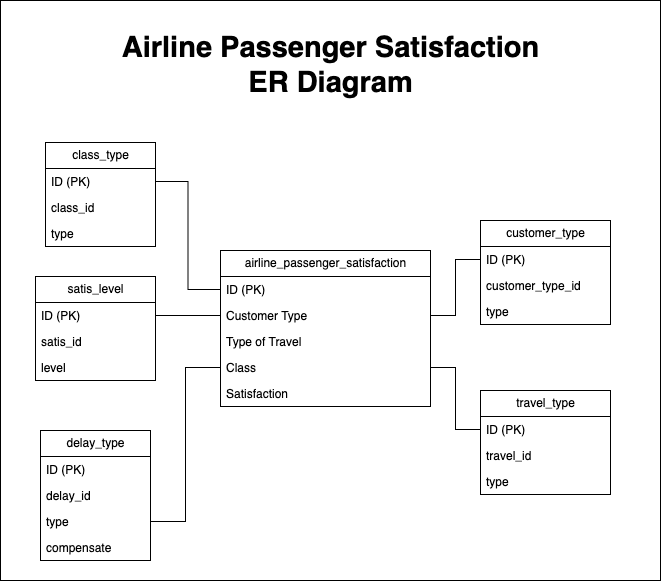
Before: img/data_extraction/ER_Diagram.png, a diagram exported from draw.io (montholch/final). Source tidied: cells renumbered, new cells last; positions are measured from the earlier drawing's top-left corner, leaving out a move shared by most shapes.
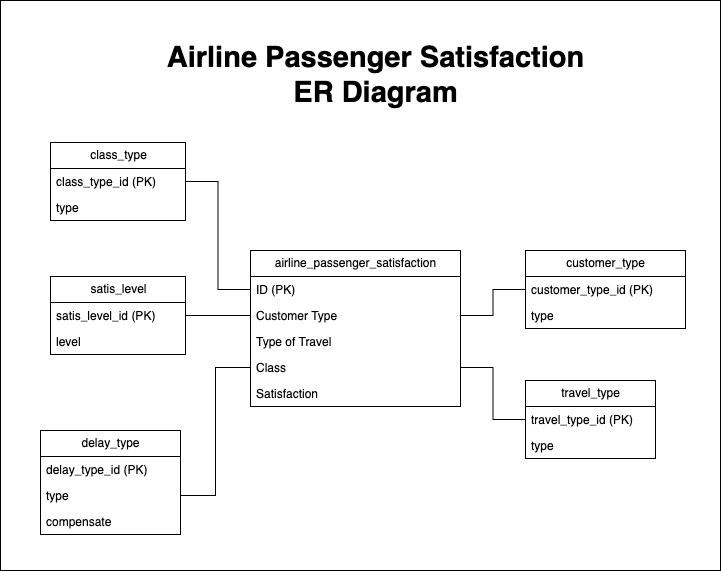
After the commit.

Change to the diagram source:
```diff
@@ -3,7 +3,7 @@
     <mxCell id="0" />
     <mxCell id="1" parent="0" />
     <mxCell id="2" style="rounded=0;whiteSpace=wrap;html=1;" parent="1" vertex="1">
-      <mxGeometry width="660" height="580" as="geometry" />
+      <mxGeometry x="-30" width="720" height="570" as="geometry" />
     </mxCell>
     <mxCell id="3" value="airline_passenger_satisfaction" style="swimlane;fontStyle=0;horizontal=1;startSize=26;fillColor=none;html=1;" parent="1" vertex="1">
       <mxGeometry x="220" y="250" width="210" height="156" as="geometry" />
@@ -24,85 +24,70 @@
       <mxGeometry y="130" width="210" height="26" as="geometry" />
     </mxCell>
     <mxCell id="9" value="customer_type" style="swimlane;fontStyle=0;horizontal=1;startSize=26;fillColor=none;html=1;" parent="1" vertex="1">
-      <mxGeometry x="480" y="220" width="130" height="104" as="geometry" />
+      <mxGeometry x="495" y="250" width="160" height="78" as="geometry" />
     </mxCell>
-    <mxCell id="10" value="ID (PK)" style="text;strokeColor=none;fillColor=none;align=left;verticalAlign=top;spacingLeft=4;spacingRight=4;overflow=hidden;points=[[0,0.5],[1,0.5]];portConstraint=eastwest;whiteSpace=wrap;html=1;" parent="9" vertex="1">
-      <mxGeometry y="26" width="130" height="26" as="geometry" />
+    <mxCell id="10" value="customer_type_id (PK)" style="text;strokeColor=none;fillColor=none;align=left;verticalAlign=top;spacingLeft=4;spacingRight=4;overflow=hidden;points=[[0,0.5],[1,0.5]];portConstraint=eastwest;whiteSpace=wrap;html=1;" parent="9" vertex="1">
+      <mxGeometry y="26" width="160" height="26" as="geometry" />
     </mxCell>
-    <mxCell id="11" value="customer_type_id" style="text;strokeColor=none;fillColor=none;align=left;verticalAlign=top;spacingLeft=4;spacingRight=4;overflow=hidden;whiteSpace=wrap;html=1;" parent="9" vertex="1">
-      <mxGeometry y="52" width="130" height="26" as="geometry" />
+    <mxCell id="11" value="type" style="text;strokeColor=none;fillColor=none;align=left;verticalAlign=top;spacingLeft=4;spacingRight=4;overflow=hidden;whiteSpace=wrap;html=1;" parent="9" vertex="1">
+      <mxGeometry y="52" width="160" height="26" as="geometry" />
     </mxCell>
-    <mxCell id="12" value="type" style="text;strokeColor=none;fillColor=none;align=left;verticalAlign=top;spacingLeft=4;spacingRight=4;overflow=hidden;whiteSpace=wrap;html=1;" parent="9" vertex="1">
-      <mxGeometry y="78" width="130" height="26" as="geometry" />
+    <mxCell id="12" value="travel_type" style="swimlane;fontStyle=0;horizontal=1;startSize=26;fillColor=none;html=1;" parent="1" vertex="1">
+      <mxGeometry x="495" y="380" width="130" height="78" as="geometry" />
     </mxCell>
-    <mxCell id="13" value="travel_type" style="swimlane;fontStyle=0;horizontal=1;startSize=26;fillColor=none;html=1;" parent="1" vertex="1">
-      <mxGeometry x="480" y="390" width="130" height="104" as="geometry" />
+    <mxCell id="13" value="travel_type_id (PK)" style="text;strokeColor=none;fillColor=none;align=left;verticalAlign=top;spacingLeft=4;spacingRight=4;overflow=hidden;points=[[0,0.5],[1,0.5]];portConstraint=eastwest;whiteSpace=wrap;html=1;" parent="12" vertex="1">
+      <mxGeometry y="26" width="130" height="26" as="geometry" />
     </mxCell>
-    <mxCell id="14" value="ID (PK)" style="text;strokeColor=none;fillColor=none;align=left;verticalAlign=top;spacingLeft=4;spacingRight=4;overflow=hidden;points=[[0,0.5],[1,0.5]];portConstraint=eastwest;whiteSpace=wrap;html=1;" parent="13" vertex="1">
-      <mxGeometry y="26" width="130" height="26" as="geometry" />
+    <mxCell id="14" value="type" style="text;strokeColor=none;fillColor=none;align=left;verticalAlign=top;spacingLeft=4;spacingRight=4;overflow=hidden;points=[[0,0.5],[1,0.5]];portConstraint=eastwest;whiteSpace=wrap;html=1;" parent="12" vertex="1">
+      <mxGeometry y="52" width="130" height="26" as="geometry" />
     </mxCell>
-    <mxCell id="15" value="travel_id" style="text;strokeColor=none;fillColor=none;align=left;verticalAlign=top;spacingLeft=4;spacingRight=4;overflow=hidden;whiteSpace=wrap;html=1;" parent="13" vertex="1">
-      <mxGeometry y="52" width="130" height="26" as="geometry" />
+    <mxCell id="15" value="class_type" style="swimlane;fontStyle=0;horizontal=1;startSize=26;fillColor=none;html=1;" parent="1" vertex="1">
+      <mxGeometry x="20" y="142" width="135" height="78" as="geometry" />
     </mxCell>
-    <mxCell id="16" value="type" style="text;strokeColor=none;fillColor=none;align=left;verticalAlign=top;spacingLeft=4;spacingRight=4;overflow=hidden;points=[[0,0.5],[1,0.5]];portConstraint=eastwest;whiteSpace=wrap;html=1;" parent="13" vertex="1">
-      <mxGeometry y="78" width="130" height="26" as="geometry" />
+    <mxCell id="16" value="class_type_id (PK)" style="text;strokeColor=none;fillColor=none;align=left;verticalAlign=top;spacingLeft=4;spacingRight=4;overflow=hidden;points=[[0,0.5],[1,0.5]];portConstraint=eastwest;whiteSpace=wrap;html=1;" parent="15" vertex="1">
+      <mxGeometry y="26" width="135" height="26" as="geometry" />
     </mxCell>
-    <mxCell id="17" value="class_type" style="swimlane;fontStyle=0;horizontal=1;startSize=26;fillColor=none;html=1;" parent="1" vertex="1">
-      <mxGeometry x="45" y="142" width="110" height="104" as="geometry" />
+    <mxCell id="17" value="type" style="text;strokeColor=none;fillColor=none;align=left;verticalAlign=top;spacingLeft=4;spacingRight=4;overflow=hidden;whiteSpace=wrap;html=1;" parent="15" vertex="1">
+      <mxGeometry y="52" width="135" height="26" as="geometry" />
     </mxCell>
-    <mxCell id="18" value="ID (PK)" style="text;strokeColor=none;fillColor=none;align=left;verticalAlign=top;spacingLeft=4;spacingRight=4;overflow=hidden;points=[[0,0.5],[1,0.5]];portConstraint=eastwest;whiteSpace=wrap;html=1;" parent="17" vertex="1">
-      <mxGeometry y="26" width="110" height="26" as="geometry" />
+    <mxCell id="18" value="satis_level" style="swimlane;fontStyle=0;horizontal=1;startSize=26;fillColor=none;html=1;" parent="1" vertex="1">
+      <mxGeometry x="20" y="276" width="135" height="78" as="geometry" />
     </mxCell>
-    <mxCell id="19" value="class_id" style="text;strokeColor=none;fillColor=none;align=left;verticalAlign=top;spacingLeft=4;spacingRight=4;overflow=hidden;points=[[0,0.5],[1,0.5]];portConstraint=eastwest;whiteSpace=wrap;html=1;" parent="17" vertex="1">
-      <mxGeometry y="52" width="110" height="26" as="geometry" />
+    <mxCell id="19" value="satis_level_id (PK)" style="text;strokeColor=none;fillColor=none;align=left;verticalAlign=top;spacingLeft=4;spacingRight=4;overflow=hidden;points=[[0,0.5],[1,0.5]];portConstraint=eastwest;whiteSpace=wrap;html=1;" parent="18" vertex="1">
+      <mxGeometry y="26" width="135" height="26" as="geometry" />
     </mxCell>
-    <mxCell id="20" value="type" style="text;strokeColor=none;fillColor=none;align=left;verticalAlign=top;spacingLeft=4;spacingRight=4;overflow=hidden;whiteSpace=wrap;html=1;" parent="17" vertex="1">
-      <mxGeometry y="78" width="110" height="26" as="geometry" />
+    <mxCell id="20" value="level" style="text;strokeColor=none;fillColor=none;align=left;verticalAlign=top;spacingLeft=4;spacingRight=4;overflow=hidden;whiteSpace=wrap;html=1;" parent="18" vertex="1">
+      <mxGeometry y="52" width="135" height="26" as="geometry" />
     </mxCell>
-    <mxCell id="21" value="satis_level" style="swimlane;fontStyle=0;horizontal=1;startSize=26;fillColor=none;html=1;" parent="1" vertex="1">
-      <mxGeometry x="35" y="276" width="120" height="104" as="geometry" />
+    <mxCell id="21" value="delay_type" style="swimlane;fontStyle=0;horizontal=1;startSize=26;fillColor=none;html=1;" parent="1" vertex="1">
+      <mxGeometry x="10" y="430" width="140" height="104" as="geometry" />
     </mxCell>
-    <mxCell id="22" value="ID (PK)" style="text;strokeColor=none;fillColor=none;align=left;verticalAlign=top;spacingLeft=4;spacingRight=4;overflow=hidden;points=[[0,0.5],[1,0.5]];portConstraint=eastwest;whiteSpace=wrap;html=1;" parent="21" vertex="1">
-      <mxGeometry y="26" width="120" height="26" as="geometry" />
+    <mxCell id="22" value="delay_type_id (PK)" style="text;strokeColor=none;fillColor=none;align=left;verticalAlign=top;spacingLeft=4;spacingRight=4;overflow=hidden;points=[[0,0.5],[1,0.5]];portConstraint=eastwest;whiteSpace=wrap;html=1;" parent="21" vertex="1">
+      <mxGeometry y="26" width="140" height="26" as="geometry" />
     </mxCell>
-    <mxCell id="23" value="satis_id" style="text;strokeColor=none;fillColor=none;align=left;verticalAlign=top;spacingLeft=4;spacingRight=4;overflow=hidden;points=[[0,0.5],[1,0.5]];portConstraint=eastwest;whiteSpace=wrap;html=1;" parent="21" vertex="1">
-      <mxGeometry y="52" width="120" height="26" as="geometry" />
+    <mxCell id="23" value="type" style="text;strokeColor=none;fillColor=none;align=left;verticalAlign=top;spacingLeft=4;spacingRight=4;overflow=hidden;points=[[0,0.5],[1,0.5]];portConstraint=eastwest;whiteSpace=wrap;html=1;" parent="21" vertex="1">
+      <mxGeometry y="52" width="140" height="26" as="geometry" />
     </mxCell>
-    <mxCell id="24" value="level" style="text;strokeColor=none;fillColor=none;align=left;verticalAlign=top;spacingLeft=4;spacingRight=4;overflow=hidden;whiteSpace=wrap;html=1;" parent="21" vertex="1">
-      <mxGeometry y="78" width="120" height="26" as="geometry" />
+    <mxCell id="24" value="compensate" style="text;strokeColor=none;fillColor=none;align=left;verticalAlign=top;spacingLeft=4;spacingRight=4;overflow=hidden;whiteSpace=wrap;html=1;" parent="21" vertex="1">
+      <mxGeometry y="78" width="140" height="26" as="geometry" />
     </mxCell>
-    <mxCell id="25" value="delay_type" style="swimlane;fontStyle=0;horizontal=1;startSize=26;fillColor=none;html=1;" parent="1" vertex="1">
-      <mxGeometry x="40" y="430" width="110" height="130" as="geometry" />
+    <mxCell id="25" style="edgeStyle=orthogonalEdgeStyle;rounded=0;jettySize=auto;html=1;exitX=1;exitY=0.5;exitDx=0;exitDy=0;entryX=0;entryY=0.5;entryDx=0;entryDy=0;endArrow=none;endFill=0;" parent="1" edge="1" source="5" target="10">
+      <mxGeometry relative="1" as="geometry" />
     </mxCell>
-    <mxCell id="26" value="ID (PK)" style="text;strokeColor=none;fillColor=none;align=left;verticalAlign=top;spacingLeft=4;spacingRight=4;overflow=hidden;whiteSpace=wrap;html=1;" parent="25" vertex="1">
-      <mxGeometry y="26" width="110" height="26" as="geometry" />
+    <mxCell id="26" style="edgeStyle=orthogonalEdgeStyle;rounded=0;jettySize=auto;html=1;exitX=1;exitY=0.5;exitDx=0;exitDy=0;entryX=0;entryY=0.5;entryDx=0;entryDy=0;endArrow=none;endFill=0;" parent="1" edge="1" source="7" target="13">
+      <mxGeometry relative="1" as="geometry" />
     </mxCell>
-    <mxCell id="27" value="delay_id" style="text;strokeColor=none;fillColor=none;align=left;verticalAlign=top;spacingLeft=4;spacingRight=4;overflow=hidden;whiteSpace=wrap;html=1;" parent="25" vertex="1">
-      <mxGeometry y="52" width="110" height="26" as="geometry" />
+    <mxCell id="27" style="edgeStyle=orthogonalEdgeStyle;rounded=0;jettySize=auto;html=1;exitX=1;exitY=0.5;exitDx=0;exitDy=0;entryX=0;entryY=0.5;entryDx=0;entryDy=0;endArrow=none;endFill=0;" parent="1" edge="1" source="23" target="7">
+      <mxGeometry relative="1" as="geometry" />
     </mxCell>
-    <mxCell id="28" value="type" style="text;strokeColor=none;fillColor=none;align=left;verticalAlign=top;spacingLeft=4;spacingRight=4;overflow=hidden;points=[[0,0.5],[1,0.5]];portConstraint=eastwest;whiteSpace=wrap;html=1;" parent="25" vertex="1">
-      <mxGeometry y="78" width="110" height="26" as="geometry" />
+    <mxCell id="28" style="edgeStyle=orthogonalEdgeStyle;rounded=0;jettySize=auto;html=1;exitX=1;exitY=0.5;exitDx=0;exitDy=0;entryX=0;entryY=0.5;entryDx=0;entryDy=0;endArrow=none;endFill=0;" parent="1" edge="1" source="19" target="5">
+      <mxGeometry relative="1" as="geometry" />
     </mxCell>
-    <mxCell id="29" value="compensate" style="text;strokeColor=none;fillColor=none;align=left;verticalAlign=top;spacingLeft=4;spacingRight=4;overflow=hidden;whiteSpace=wrap;html=1;" parent="25" vertex="1">
-      <mxGeometry y="104" width="110" height="26" as="geometry" />
+    <mxCell id="29" style="edgeStyle=orthogonalEdgeStyle;rounded=0;jettySize=auto;html=1;exitX=1;exitY=0.5;exitDx=0;exitDy=0;entryX=0;entryY=0.5;entryDx=0;entryDy=0;endArrow=none;endFill=0;" parent="1" edge="1" source="16" target="4">
+      <mxGeometry relative="1" as="geometry" />
     </mxCell>
-    <mxCell id="30" style="edgeStyle=orthogonalEdgeStyle;rounded=0;jettySize=auto;html=1;exitX=1;exitY=0.5;exitDx=0;exitDy=0;entryX=0;entryY=0.5;entryDx=0;entryDy=0;endArrow=none;endFill=0;" parent="1" edge="1" source="5" target="10">
-      <mxGeometry relative="1" as="geometry" />
+    <mxCell id="30" value="&lt;b&gt;&lt;font style=&quot;font-size: 29px;&quot;&gt;Airline Passenger Satisfaction&lt;br&gt;ER Diagram&lt;br&gt;&lt;/font&gt;&lt;/b&gt;" style="text;html=1;strokeColor=none;fillColor=none;align=center;verticalAlign=middle;whiteSpace=wrap;rounded=0;" parent="1" vertex="1">
+      <mxGeometry x="122.5" y="50" width="445" height="50" as="geometry" />
     </mxCell>
-    <mxCell id="31" style="edgeStyle=orthogonalEdgeStyle;rounded=0;jettySize=auto;html=1;exitX=1;exitY=0.5;exitDx=0;exitDy=0;entryX=0;entryY=0.5;entryDx=0;entryDy=0;endArrow=none;endFill=0;" parent="1" edge="1" source="7" target="14">
-      <mxGeometry relative="1" as="geometry" />
-    </mxCell>
-    <mxCell id="32" style="edgeStyle=orthogonalEdgeStyle;rounded=0;jettySize=auto;html=1;exitX=1;exitY=0.5;exitDx=0;exitDy=0;entryX=0;entryY=0.5;entryDx=0;entryDy=0;endArrow=none;endFill=0;" parent="1" edge="1" source="28" target="7">
-      <mxGeometry relative="1" as="geometry" />
-    </mxCell>
-    <mxCell id="33" style="edgeStyle=orthogonalEdgeStyle;rounded=0;jettySize=auto;html=1;exitX=1;exitY=0.5;exitDx=0;exitDy=0;entryX=0;entryY=0.5;entryDx=0;entryDy=0;endArrow=none;endFill=0;" parent="1" edge="1" source="22" target="5">
-      <mxGeometry relative="1" as="geometry" />
-    </mxCell>
-    <mxCell id="34" style="edgeStyle=orthogonalEdgeStyle;rounded=0;jettySize=auto;html=1;exitX=1;exitY=0.5;exitDx=0;exitDy=0;entryX=0;entryY=0.5;entryDx=0;entryDy=0;endArrow=none;endFill=0;" parent="1" edge="1" source="18" target="4">
-      <mxGeometry relative="1" as="geometry" />
-    </mxCell>
-    <mxCell id="35" value="&lt;b&gt;&lt;font style=&quot;font-size: 29px;&quot;&gt;Airline Passenger Satisfaction&lt;br&gt;ER Diagram&lt;br&gt;&lt;/font&gt;&lt;/b&gt;" style="text;html=1;strokeColor=none;fillColor=none;align=center;verticalAlign=middle;whiteSpace=wrap;rounded=0;" parent="1" vertex="1">
-      <mxGeometry x="32.5" y="40" width="595" height="50" as="geometry" />
-    </mxCell>
   </root>
 </mxGraphModel>
```
